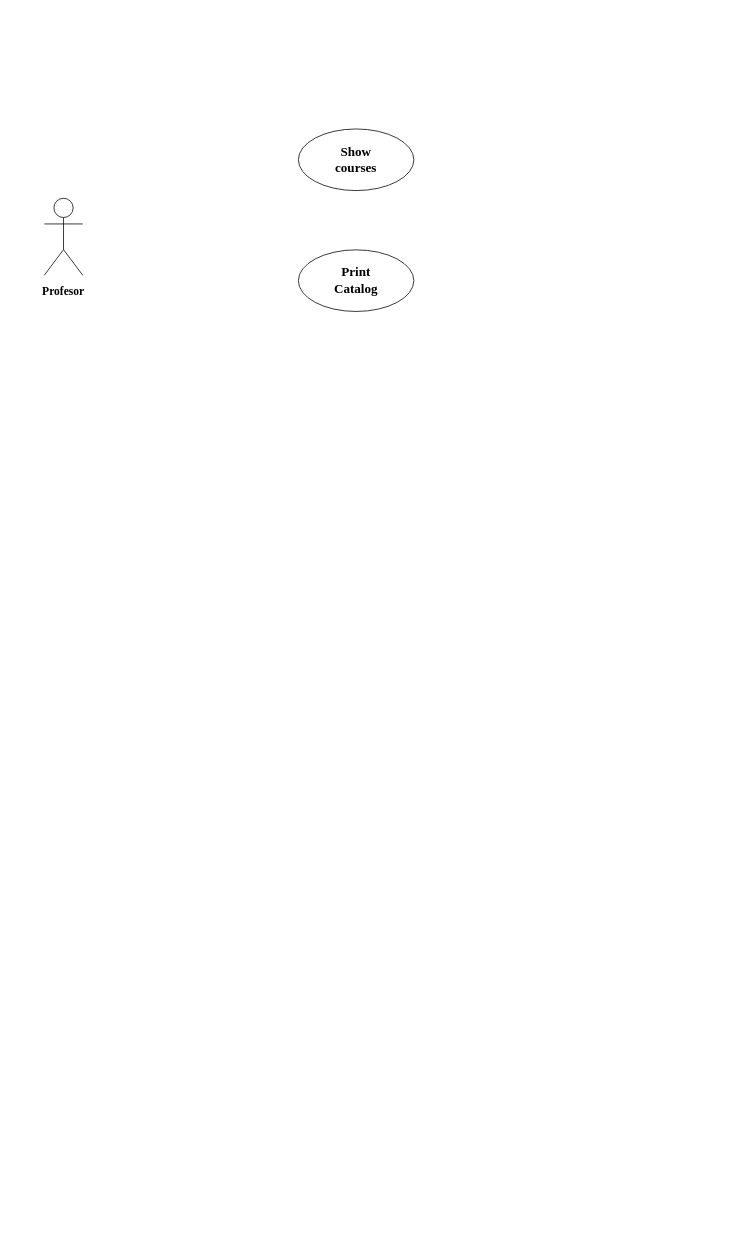
Earlier version of the draw.io diagram Untitled Diagram.drawio (jscanjm/BelajarJava). Source tidied: cells renumbered, new cells numbered last; positions are measured from the earlier drawing's top-left corner, leaving out a move shared by most shapes. Both pictures are drawn from the tidied source at 77%, with x=0, y=0 at pixel (44, 129).
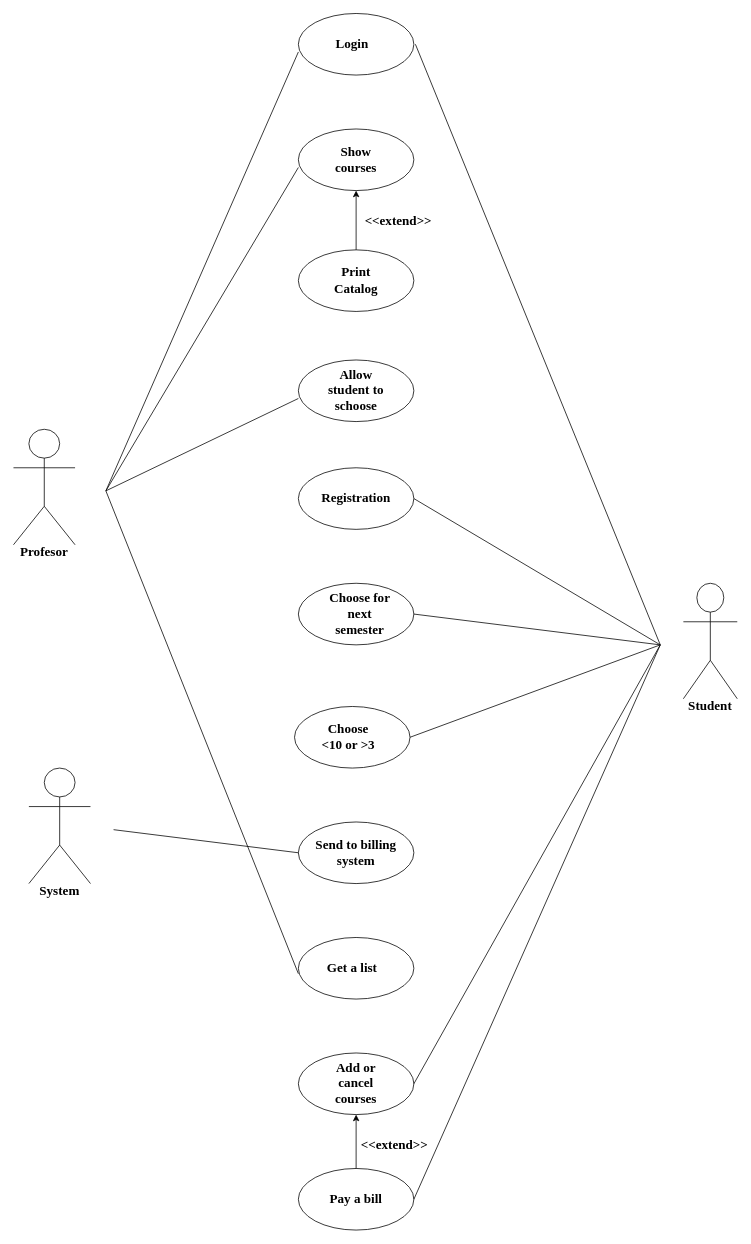
Above is the later version.

Unchanged cells that the change refers to:
```xml
<mxCell id="4" style="ellipse;whiteSpace=wrap;html=1;" parent="1" vertex="1">
  <mxGeometry x="330" width="150" height="80" as="geometry" />
</mxCell>
<mxCell id="6" style="ellipse;whiteSpace=wrap;html=1;fontFamily=Times New Roman;fontSize=17;" parent="1" vertex="1">
  <mxGeometry x="330" y="157" width="150" height="80" as="geometry" />
</mxCell>
```

Change to the diagram source:
```diff
@@
     <mxCell id="2" value="Actor" style="shape=umlActor;verticalLabelPosition=bottom;verticalAlign=top;html=1;noLabel=1;" parent="1" vertex="1">
-      <mxGeometry y="90" width="50" height="100" as="geometry" />
+      <mxGeometry x="-40" y="390" width="80" height="150" as="geometry" />
     </mxCell>
-    <mxCell id="3" value="Profesor" style="text;html=1;strokeColor=none;fillColor=none;align=center;verticalAlign=middle;whiteSpace=wrap;rounded=0;fontSize=15;fontStyle=1;fontFamily=Times New Roman;" parent="1" vertex="1">
-      <mxGeometry x="5" y="200" width="40" height="20" as="geometry" />
+    <mxCell id="3" value="Profesor" style="text;html=1;strokeColor=none;fillColor=none;align=center;verticalAlign=middle;whiteSpace=wrap;rounded=0;fontSize=17;fontStyle=1;fontFamily=Times New Roman;" parent="1" vertex="1">
+      <mxGeometry x="-20" y="540" width="40" height="20" as="geometry" />
     </mxCell>
@@
+    <mxCell id="8" style="ellipse;whiteSpace=wrap;html=1;fontFamily=Times New Roman;fontSize=15;" parent="1" vertex="1">
+      <mxGeometry x="330" y="300" width="150" height="80" as="geometry" />
+    </mxCell>
+    <mxCell id="9" value="Allow student to schoose" style="text;html=1;strokeColor=none;fillColor=none;align=center;verticalAlign=middle;whiteSpace=wrap;rounded=0;fontFamily=Times New Roman;fontSize=17;fontStyle=1;" parent="1" vertex="1">
+      <mxGeometry x="360" y="330" width="90" height="20" as="geometry" />
+    </mxCell>
+    <mxCell id="10" style="ellipse;whiteSpace=wrap;html=1;fontFamily=Times New Roman;fontSize=17;" parent="1" vertex="1">
+      <mxGeometry x="330" y="590" width="150" height="80" as="geometry" />
+    </mxCell>
+    <mxCell id="11" style="ellipse;whiteSpace=wrap;html=1;fontFamily=Times New Roman;fontSize=17;" parent="1" vertex="1">
+      <mxGeometry x="325" y="750" width="150" height="80" as="geometry" />
+    </mxCell>
+    <mxCell id="12" style="ellipse;whiteSpace=wrap;html=1;fontFamily=Times New Roman;fontSize=17;" parent="1" vertex="1">
+      <mxGeometry x="330" y="900" width="150" height="80" as="geometry" />
+    </mxCell>
+    <mxCell id="13" value="Choose for next semester" style="text;html=1;strokeColor=none;fillColor=none;align=center;verticalAlign=middle;whiteSpace=wrap;rounded=0;fontFamily=Times New Roman;fontSize=17;fontStyle=1;" parent="1" vertex="1">
+      <mxGeometry x="360" y="620" width="100" height="20" as="geometry" />
+    </mxCell>
+    <mxCell id="14" value="&lt;div&gt;Choose &lt;br&gt;&lt;/div&gt;&lt;div&gt;&amp;lt;10 or &amp;gt;3&lt;br&gt;&lt;/div&gt;" style="text;html=1;strokeColor=none;fillColor=none;align=center;verticalAlign=middle;whiteSpace=wrap;rounded=0;fontFamily=Times New Roman;fontSize=17;fontStyle=1;" parent="1" vertex="1">
+      <mxGeometry x="350" y="780" width="90" height="20" as="geometry" />
+    </mxCell>
+    <mxCell id="15" value="Send to billing system" style="text;html=1;strokeColor=none;fillColor=none;align=center;verticalAlign=middle;whiteSpace=wrap;rounded=0;fontFamily=Times New Roman;fontSize=17;fontStyle=1;" parent="1" vertex="1">
+      <mxGeometry x="350" y="921.2" width="110" height="37.5" as="geometry" />
+    </mxCell>
+    <mxCell id="16" style="ellipse;whiteSpace=wrap;html=1;fontFamily=Times New Roman;fontSize=17;" parent="1" vertex="1">
+      <mxGeometry x="330" y="1200" width="150" height="80" as="geometry" />
+    </mxCell>
+    <mxCell id="17" style="ellipse;whiteSpace=wrap;html=1;fontFamily=Times New Roman;fontSize=17;" parent="1" vertex="1">
+      <mxGeometry x="330" y="1050" width="150" height="80" as="geometry" />
+    </mxCell>
+    <mxCell id="18" style="ellipse;whiteSpace=wrap;html=1;fontFamily=Times New Roman;fontSize=17;" parent="1" vertex="1">
+      <mxGeometry x="330" y="1350" width="150" height="80" as="geometry" />
+    </mxCell>
+    <mxCell id="19" value="Get a list" style="text;html=1;strokeColor=none;fillColor=none;align=center;verticalAlign=middle;whiteSpace=wrap;rounded=0;fontFamily=Times New Roman;fontSize=17;fontStyle=1;" parent="1" vertex="1">
+      <mxGeometry x="350" y="1080" width="100" height="20" as="geometry" />
+    </mxCell>
+    <mxCell id="20" value="Add or cancel courses" style="text;html=1;strokeColor=none;fillColor=none;align=center;verticalAlign=middle;whiteSpace=wrap;rounded=0;fontFamily=Times New Roman;fontSize=17;fontStyle=1;" parent="1" vertex="1">
+      <mxGeometry x="360" y="1230" width="90" height="20" as="geometry" />
+    </mxCell>
+    <mxCell id="21" value="Pay a bill" style="text;html=1;strokeColor=none;fillColor=none;align=center;verticalAlign=middle;whiteSpace=wrap;rounded=0;fontFamily=Times New Roman;fontSize=17;fontStyle=1;" parent="1" vertex="1">
+      <mxGeometry x="355" y="1380" width="100" height="20" as="geometry" />
+    </mxCell>
+    <mxCell id="22" value="Actor" style="shape=umlActor;verticalLabelPosition=bottom;verticalAlign=top;html=1;fontFamily=Times New Roman;fontSize=17;noLabel=1;" parent="1" vertex="1">
+      <mxGeometry x="830" y="590" width="70" height="150" as="geometry" />
+    </mxCell>
+    <mxCell id="23" value="Actor" style="shape=umlActor;verticalLabelPosition=bottom;verticalAlign=top;html=1;fontFamily=Times New Roman;fontSize=17;noLabel=1;fontStyle=1;" parent="1" vertex="1">
+      <mxGeometry x="-20" y="830" width="80" height="150" as="geometry" />
+    </mxCell>
+    <mxCell id="24" value="System" style="text;html=1;strokeColor=none;fillColor=none;align=center;verticalAlign=middle;whiteSpace=wrap;rounded=0;fontFamily=Times New Roman;fontSize=17;fontStyle=1;" parent="1" vertex="1">
+      <mxGeometry y="980" width="40" height="20" as="geometry" />
+    </mxCell>
+    <mxCell id="25" value="Student" style="text;html=1;strokeColor=none;fillColor=none;align=center;verticalAlign=middle;whiteSpace=wrap;rounded=0;fontFamily=Times New Roman;fontSize=17;fontStyle=1;" parent="1" vertex="1">
+      <mxGeometry x="845" y="740" width="40" height="20" as="geometry" />
+    </mxCell>
+    <mxCell id="26" style="endArrow=none;html=1;fontFamily=Times New Roman;fontSize=15;entryX=0;entryY=0.625;entryDx=0;entryDy=0;entryPerimeter=0;" parent="1" edge="1" target="4">
+      <mxGeometry relative="1" as="geometry">
+        <mxPoint x="80" y="470" as="sourcePoint" />
+      </mxGeometry>
+    </mxCell>
+    <mxCell id="27" style="endArrow=none;html=1;fontFamily=Times New Roman;fontSize=15;entryX=0;entryY=0.625;entryDx=0;entryDy=0;entryPerimeter=0;" parent="1" edge="1" target="8">
+      <mxGeometry relative="1" as="geometry">
+        <mxPoint x="80" y="470" as="sourcePoint" />
+      </mxGeometry>
+    </mxCell>
+    <mxCell id="28" style="endArrow=none;html=1;fontFamily=Times New Roman;fontSize=15;entryX=0;entryY=0.588;entryDx=0;entryDy=0;entryPerimeter=0;" parent="1" edge="1" target="17">
+      <mxGeometry relative="1" as="geometry">
+        <mxPoint x="80" y="470" as="sourcePoint" />
+      </mxGeometry>
+    </mxCell>
+    <mxCell id="29" style="endArrow=none;html=1;fontFamily=Times New Roman;fontSize=15;entryX=1;entryY=0.5;entryDx=0;entryDy=0;" parent="1" edge="1" target="10">
+      <mxGeometry relative="1" as="geometry">
+        <mxPoint x="800" y="670" as="sourcePoint" />
+      </mxGeometry>
+    </mxCell>
+    <mxCell id="30" style="endArrow=none;html=1;fontFamily=Times New Roman;fontSize=15;exitX=1;exitY=0.5;exitDx=0;exitDy=0;" parent="1" edge="1" source="11">
+      <mxGeometry relative="1" as="geometry">
+        <mxPoint x="800" y="670" as="targetPoint" />
+      </mxGeometry>
+    </mxCell>
+    <mxCell id="31" style="endArrow=none;html=1;fontFamily=Times New Roman;fontSize=15;exitX=1;exitY=0.5;exitDx=0;exitDy=0;" parent="1" edge="1" source="16">
+      <mxGeometry relative="1" as="geometry">
+        <mxPoint x="800" y="670" as="targetPoint" />
+      </mxGeometry>
+    </mxCell>
+    <mxCell id="32" style="endArrow=none;html=1;fontFamily=Times New Roman;fontSize=15;exitX=1;exitY=0.5;exitDx=0;exitDy=0;" parent="1" edge="1" source="18">
+      <mxGeometry relative="1" as="geometry">
+        <mxPoint x="800" y="670" as="targetPoint" />
+      </mxGeometry>
+    </mxCell>
+    <mxCell id="33" style="endArrow=none;html=1;fontFamily=Times New Roman;fontSize=15;entryX=0;entryY=0.5;entryDx=0;entryDy=0;" parent="1" edge="1" target="12">
+      <mxGeometry relative="1" as="geometry">
+        <mxPoint x="90" y="910" as="sourcePoint" />
+      </mxGeometry>
+    </mxCell>
+    <mxCell id="34" style="endArrow=classic;html=1;fontFamily=Times New Roman;fontSize=17;exitX=0.5;exitY=0;exitDx=0;exitDy=0;entryX=0.5;entryY=1;entryDx=0;entryDy=0;" parent="1" edge="1" source="6" target="4">
+      <mxGeometry relative="1" as="geometry" />
+    </mxCell>
+    <mxCell id="35" value="&amp;lt;&amp;lt;extend&amp;gt;&amp;gt;" style="text;html=1;strokeColor=none;fillColor=none;align=center;verticalAlign=middle;whiteSpace=wrap;rounded=0;fontFamily=Times New Roman;fontSize=17;fontStyle=1;" parent="1" vertex="1">
+      <mxGeometry x="440" y="110" width="40" height="20" as="geometry" />
+    </mxCell>
+    <mxCell id="36" style="endArrow=classic;html=1;fontFamily=Times New Roman;fontSize=17;entryX=0.5;entryY=1;entryDx=0;entryDy=0;" parent="1" edge="1" source="18" target="16">
+      <mxGeometry relative="1" as="geometry" />
+    </mxCell>
+    <mxCell id="37" value="&amp;lt;&amp;lt;extend&amp;gt;&amp;gt;" style="text;html=1;strokeColor=none;fillColor=none;align=center;verticalAlign=middle;whiteSpace=wrap;rounded=0;fontFamily=Times New Roman;fontSize=17;fontStyle=1;" parent="1" vertex="1">
+      <mxGeometry x="435" y="1310" width="40" height="20" as="geometry" />
+    </mxCell>
+    <mxCell id="38" style="ellipse;whiteSpace=wrap;html=1;fontFamily=Times New Roman;fontSize=17;" parent="1" vertex="1">
+      <mxGeometry x="330" y="440" width="150" height="80" as="geometry" />
+    </mxCell>
+    <mxCell id="39" value="Registration" style="text;html=1;strokeColor=none;fillColor=none;align=center;verticalAlign=middle;whiteSpace=wrap;rounded=0;fontFamily=Times New Roman;fontSize=17;fontStyle=1;" parent="1" vertex="1">
+      <mxGeometry x="385" y="470" width="40" height="20" as="geometry" />
+    </mxCell>
+    <mxCell id="40" style="endArrow=none;html=1;fontFamily=Times New Roman;fontSize=17;exitX=1;exitY=0.5;exitDx=0;exitDy=0;" parent="1" edge="1" source="38">
+      <mxGeometry relative="1" as="geometry">
+        <mxPoint x="800" y="670" as="targetPoint" />
+      </mxGeometry>
+    </mxCell>
+    <mxCell id="41" style="ellipse;whiteSpace=wrap;html=1;fontFamily=Times New Roman;fontSize=17;" parent="1" vertex="1">
+      <mxGeometry x="330" y="-150" width="150" height="80" as="geometry" />
+    </mxCell>
+    <mxCell id="42" value="Login" style="text;html=1;strokeColor=none;fillColor=none;align=center;verticalAlign=middle;whiteSpace=wrap;rounded=0;fontFamily=Times New Roman;fontSize=17;fontStyle=1;" parent="1" vertex="1">
+      <mxGeometry x="380" y="-120" width="40" height="20" as="geometry" />
+    </mxCell>
+    <mxCell id="43" style="endArrow=none;html=1;fontFamily=Times New Roman;fontSize=17;entryX=0;entryY=0.625;entryDx=0;entryDy=0;entryPerimeter=0;" parent="1" edge="1" target="41">
+      <mxGeometry relative="1" as="geometry">
+        <mxPoint x="80" y="470" as="sourcePoint" />
+      </mxGeometry>
+    </mxCell>
+    <mxCell id="44" style="endArrow=none;html=1;fontFamily=Times New Roman;fontSize=17;" parent="1" edge="1">
+      <mxGeometry relative="1" as="geometry">
+        <mxPoint x="482" y="-110" as="sourcePoint" />
+        <mxPoint x="800" y="670" as="targetPoint" />
+      </mxGeometry>
+    </mxCell>
```
